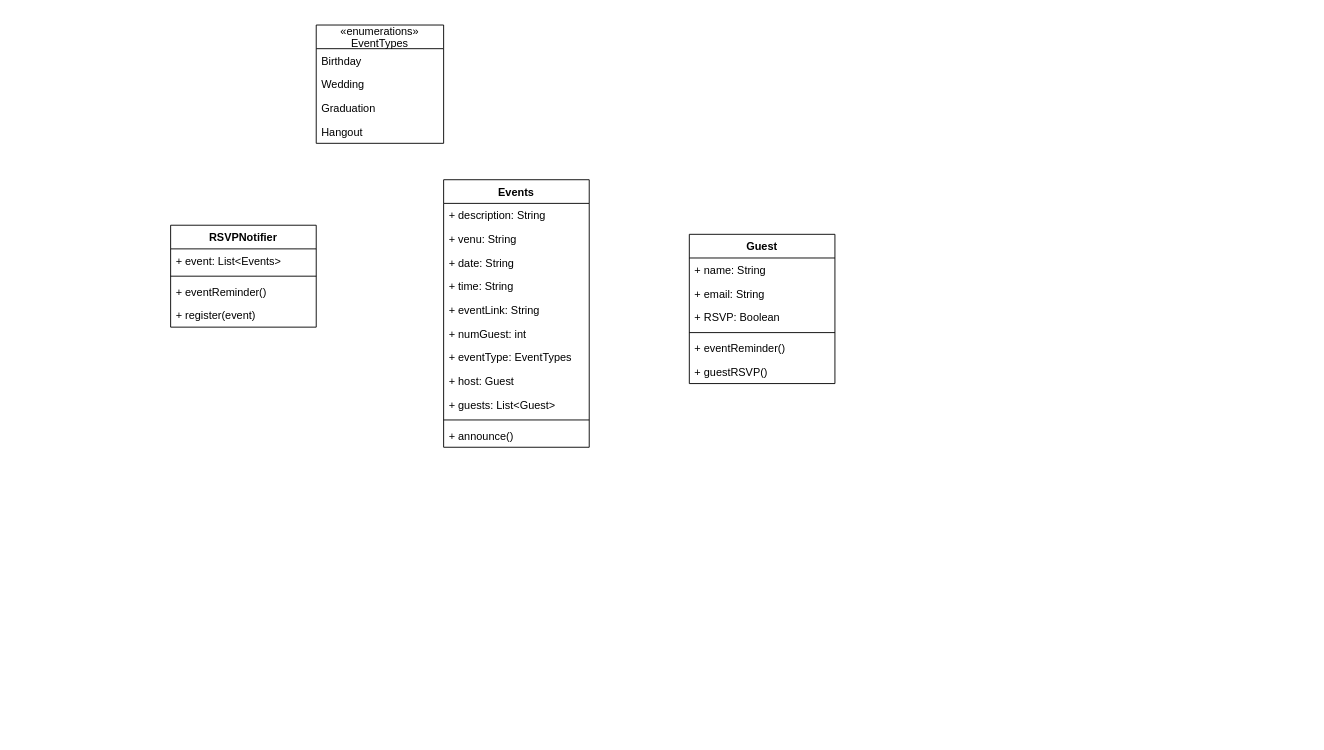
The draw.io diagram assignments/Claude/Mid-Term/rsvp.drawio in dhairyasheelpatil/COMPSCIX418.2, before the edit. Source tidied: cells renumbered, new cells numbered last; positions are measured from the earlier drawing's top-left corner, leaving out a move shared by most shapes. Both pictures are drawn from the tidied source at 91%, with x=0, y=0 at pixel (170, 25).
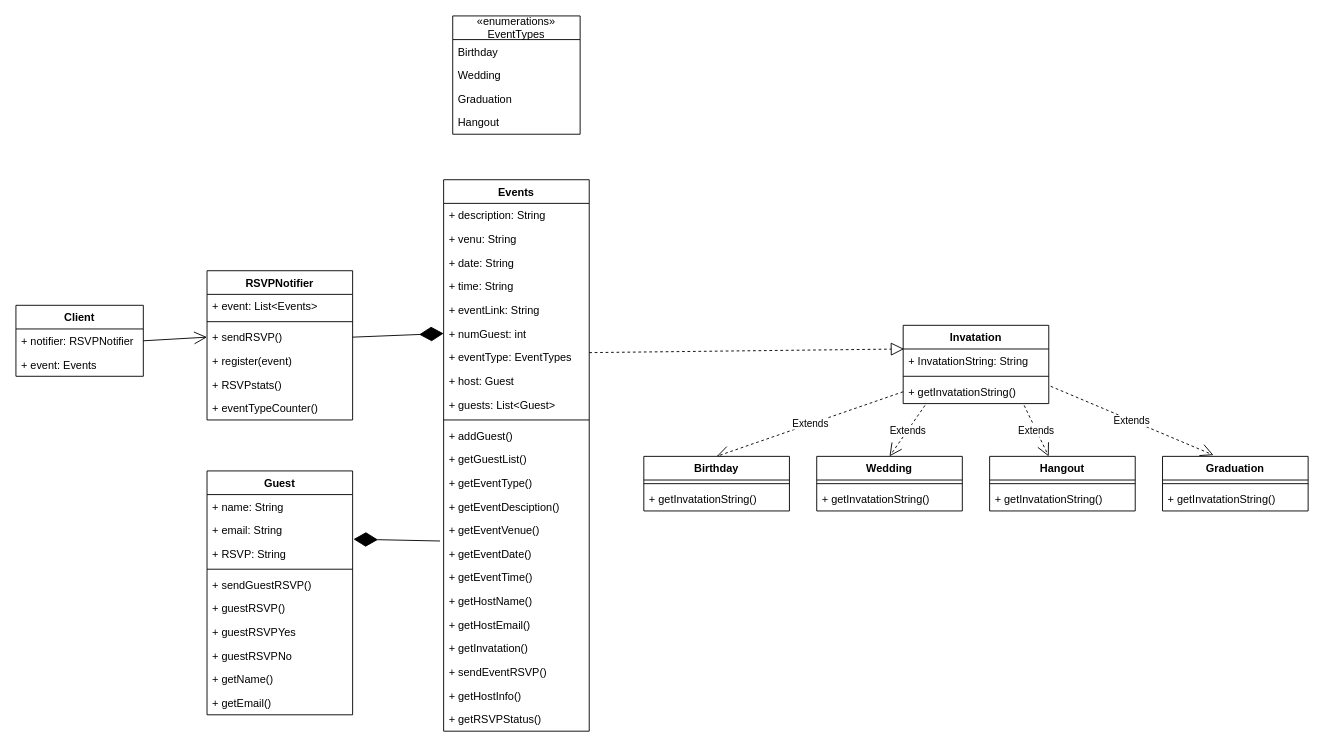
Above is the later version.

Unchanged cells that the change refers to:
```xml
<mxCell id="18" value="+ numGuest: int" style="text;strokeColor=none;fillColor=none;align=left;verticalAlign=top;spacingLeft=4;spacingRight=4;overflow=hidden;points=[[0,0.5],[1,0.5]];portConstraint=eastwest;" parent="12" vertex="1">
  <mxGeometry y="156" width="160" height="26" as="geometry" />
</mxCell>
```

Change to the diagram source:
```diff
@@
-    <mxCell id="2" value="«enumerations»&#10;EventTypes" style="swimlane;fontStyle=0;horizontal=1;startSize=26;fillColor=none;" parent="1" vertex="1">
-      <mxGeometry x="160" width="140" height="130" as="geometry" />
-    </mxCell>
-    <mxCell id="3" value="Birthday" style="text;strokeColor=none;fillColor=none;align=left;verticalAlign=top;spacingLeft=4;spacingRight=4;overflow=hidden;" parent="2" vertex="1">
-      <mxGeometry y="26" width="140" height="26" as="geometry" />
-    </mxCell>
-    <mxCell id="4" value="Wedding" style="text;strokeColor=none;fillColor=none;align=left;verticalAlign=top;spacingLeft=4;spacingRight=4;overflow=hidden;" parent="2" vertex="1">
-      <mxGeometry y="52" width="140" height="26" as="geometry" />
-    </mxCell>
-    <mxCell id="5" value="Graduation" style="text;strokeColor=none;fillColor=none;align=left;verticalAlign=top;spacingLeft=4;spacingRight=4;overflow=hidden;" parent="2" vertex="1">
-      <mxGeometry y="78" width="140" height="26" as="geometry" />
-    </mxCell>
-    <mxCell id="6" value="Hangout" style="text;strokeColor=none;fillColor=none;align=left;verticalAlign=top;spacingLeft=4;spacingRight=4;overflow=hidden;" parent="2" vertex="1">
-      <mxGeometry y="104" width="140" height="26" as="geometry" />
-    </mxCell>
-    <mxCell id="7" value="RSVPNotifier" style="swimlane;fontStyle=1;align=center;verticalAlign=top;horizontal=1;startSize=26;" parent="1" vertex="1">
-      <mxGeometry y="220" width="160" height="112" as="geometry" />
-    </mxCell>
-    <mxCell id="8" value="+ event: List&lt;Events&gt;" style="text;strokeColor=none;fillColor=none;align=left;verticalAlign=top;spacingLeft=4;spacingRight=4;overflow=hidden;" parent="7" vertex="1">
-      <mxGeometry y="26" width="160" height="26" as="geometry" />
-    </mxCell>
-    <mxCell id="9" style="line;strokeWidth=1;fillColor=none;align=left;verticalAlign=middle;spacingTop=-1;spacingLeft=3;spacingRight=3;labelPosition=right;" parent="7" vertex="1">
-      <mxGeometry y="52" width="160" height="8" as="geometry" />
-    </mxCell>
-    <mxCell id="10" value="+ eventReminder()" style="text;strokeColor=none;fillColor=none;align=left;verticalAlign=top;spacingLeft=4;spacingRight=4;overflow=hidden;points=[[0,0.5],[1,0.5]];portConstraint=eastwest;" parent="7" vertex="1">
-      <mxGeometry y="60" width="160" height="26" as="geometry" />
-    </mxCell>
-    <mxCell id="11" value="+ register(event)" style="text;strokeColor=none;fillColor=none;align=left;verticalAlign=top;spacingLeft=4;spacingRight=4;overflow=hidden;" parent="7" vertex="1">
-      <mxGeometry y="86" width="160" height="26" as="geometry" />
-    </mxCell>
     <mxCell id="12" value="Events" style="swimlane;fontStyle=1;align=center;verticalAlign=top;horizontal=1;startSize=26;" parent="1" vertex="1">
-      <mxGeometry x="300" y="170" width="160" height="294" as="geometry" />
+      <mxGeometry x="300" y="170" width="160" height="606" as="geometry" />
     </mxCell>
@@
+    <mxCell id="31" value="+ addGuest()" style="text;strokeColor=none;fillColor=none;align=left;verticalAlign=top;spacingLeft=4;spacingRight=4;overflow=hidden;" parent="12" vertex="1">
+      <mxGeometry y="268" width="160" height="26" as="geometry" />
+    </mxCell>
+    <mxCell id="32" value="+ getGuestList()" style="text;strokeColor=none;fillColor=none;align=left;verticalAlign=top;spacingLeft=4;spacingRight=4;overflow=hidden;" parent="12" vertex="1">
+      <mxGeometry y="294" width="160" height="26" as="geometry" />
+    </mxCell>
+    <mxCell id="33" value="+ getEventType()" style="text;strokeColor=none;fillColor=none;align=left;verticalAlign=top;spacingLeft=4;spacingRight=4;overflow=hidden;" parent="12" vertex="1">
+      <mxGeometry y="320" width="160" height="26" as="geometry" />
+    </mxCell>
+    <mxCell id="34" value="+ getEventDesciption()" style="text;strokeColor=none;fillColor=none;align=left;verticalAlign=top;spacingLeft=4;spacingRight=4;overflow=hidden;" parent="12" vertex="1">
+      <mxGeometry y="346" width="160" height="26" as="geometry" />
+    </mxCell>
+    <mxCell id="35" value="+ getEventVenue()" style="text;strokeColor=none;fillColor=none;align=left;verticalAlign=top;spacingLeft=4;spacingRight=4;overflow=hidden;" parent="12" vertex="1">
+      <mxGeometry y="372" width="160" height="26" as="geometry" />
+    </mxCell>
+    <mxCell id="36" value="+ getEventDate()" style="text;strokeColor=none;fillColor=none;align=left;verticalAlign=top;spacingLeft=4;spacingRight=4;overflow=hidden;points=[[0,0.5],[1,0.5]];portConstraint=eastwest;" parent="12" vertex="1">
+      <mxGeometry y="398" width="160" height="26" as="geometry" />
+    </mxCell>
+    <mxCell id="37" value="+ getEventTime()" style="text;strokeColor=none;fillColor=none;align=left;verticalAlign=top;spacingLeft=4;spacingRight=4;overflow=hidden;" parent="12" vertex="1">
+      <mxGeometry y="424" width="160" height="26" as="geometry" />
+    </mxCell>
-    <mxCell id="23" value="+ announce()" style="text;strokeColor=none;fillColor=none;align=left;verticalAlign=top;spacingLeft=4;spacingRight=4;overflow=hidden;" parent="12" vertex="1">
-      <mxGeometry y="268" width="160" height="26" as="geometry" />
+    <mxCell id="23" value="+ getHostName()" style="text;strokeColor=none;fillColor=none;align=left;verticalAlign=top;spacingLeft=4;spacingRight=4;overflow=hidden;" parent="12" vertex="1">
+      <mxGeometry y="450" width="160" height="26" as="geometry" />
     </mxCell>
+    <mxCell id="38" value="+ getHostEmail()" style="text;strokeColor=none;fillColor=none;align=left;verticalAlign=top;spacingLeft=4;spacingRight=4;overflow=hidden;" parent="12" vertex="1">
+      <mxGeometry y="476" width="160" height="26" as="geometry" />
+    </mxCell>
+    <mxCell id="39" value="+ getInvatation()" style="text;strokeColor=none;fillColor=none;align=left;verticalAlign=top;spacingLeft=4;spacingRight=4;overflow=hidden;" parent="12" vertex="1">
+      <mxGeometry y="502" width="160" height="26" as="geometry" />
+    </mxCell>
+    <mxCell id="40" value="+ sendEventRSVP()" style="text;strokeColor=none;fillColor=none;align=left;verticalAlign=top;spacingLeft=4;spacingRight=4;overflow=hidden;" parent="12" vertex="1">
+      <mxGeometry y="528" width="160" height="26" as="geometry" />
+    </mxCell>
+    <mxCell id="41" value="+ getHostInfo()" style="text;strokeColor=none;fillColor=none;align=left;verticalAlign=top;spacingLeft=4;spacingRight=4;overflow=hidden;" parent="12" vertex="1">
+      <mxGeometry y="554" width="160" height="26" as="geometry" />
+    </mxCell>
+    <mxCell id="42" value="+ getRSVPStatus()" style="text;strokeColor=none;fillColor=none;align=left;verticalAlign=top;spacingLeft=4;spacingRight=4;overflow=hidden;" parent="12" vertex="1">
+      <mxGeometry y="580" width="160" height="26" as="geometry" />
+    </mxCell>
+    <mxCell id="43" value="Extends" style="endArrow=open;endSize=12;dashed=1;html=1;exitX=0;exitY=0.5;exitDx=0;exitDy=0;entryX=0.5;entryY=0;entryDx=0;entryDy=0;" parent="1" edge="1" source="67" target="52">
+      <mxGeometry relative="1" as="geometry" />
+    </mxCell>
+    <mxCell id="44" value="Extends" style="endArrow=open;endSize=12;dashed=1;html=1;exitX=0.15;exitY=1.077;exitDx=0;exitDy=0;entryX=0.5;entryY=0;entryDx=0;entryDy=0;exitPerimeter=0;" parent="1" edge="1" source="67" target="55">
+      <mxGeometry relative="1" as="geometry" />
+    </mxCell>
+    <mxCell id="45" value="Extends" style="endArrow=open;endSize=12;dashed=1;html=1;exitX=0.831;exitY=1.077;exitDx=0;exitDy=0;entryX=0.406;entryY=0;entryDx=0;entryDy=0;exitPerimeter=0;entryPerimeter=0;" parent="1" edge="1" source="67" target="58">
+      <mxGeometry relative="1" as="geometry" />
+    </mxCell>
+    <mxCell id="46" value="Extends" style="endArrow=open;endSize=12;dashed=1;html=1;exitX=1.013;exitY=0.269;exitDx=0;exitDy=0;entryX=0.35;entryY=-0.023;entryDx=0;entryDy=0;exitPerimeter=0;entryPerimeter=0;" parent="1" edge="1" source="67" target="61">
+      <mxGeometry relative="1" as="geometry" />
+    </mxCell>
+    <mxCell id="7" value="RSVPNotifier" style="swimlane;fontStyle=1;align=center;verticalAlign=top;horizontal=1;startSize=26;" parent="1" vertex="1">
+      <mxGeometry x="40" y="270" width="160" height="164" as="geometry" />
+    </mxCell>
+    <mxCell id="8" value="+ event: List&lt;Events&gt;" style="text;strokeColor=none;fillColor=none;align=left;verticalAlign=top;spacingLeft=4;spacingRight=4;overflow=hidden;" parent="7" vertex="1">
+      <mxGeometry y="26" width="160" height="26" as="geometry" />
+    </mxCell>
+    <mxCell id="9" style="line;strokeWidth=1;fillColor=none;align=left;verticalAlign=middle;spacingTop=-1;spacingLeft=3;spacingRight=3;labelPosition=right;" parent="7" vertex="1">
+      <mxGeometry y="52" width="160" height="8" as="geometry" />
+    </mxCell>
+    <mxCell id="10" value="+ sendRSVP()" style="text;strokeColor=none;fillColor=none;align=left;verticalAlign=top;spacingLeft=4;spacingRight=4;overflow=hidden;points=[[0,0.5],[1,0.5]];portConstraint=eastwest;" parent="7" vertex="1">
+      <mxGeometry y="60" width="160" height="26" as="geometry" />
+    </mxCell>
+    <mxCell id="11" value="+ register(event)" style="text;strokeColor=none;fillColor=none;align=left;verticalAlign=top;spacingLeft=4;spacingRight=4;overflow=hidden;" parent="7" vertex="1">
+      <mxGeometry y="86" width="160" height="26" as="geometry" />
+    </mxCell>
+    <mxCell id="47" value="+ RSVPstats()" style="text;strokeColor=none;fillColor=none;align=left;verticalAlign=top;spacingLeft=4;spacingRight=4;overflow=hidden;" parent="7" vertex="1">
+      <mxGeometry y="112" width="160" height="26" as="geometry" />
+    </mxCell>
+    <mxCell id="48" value="+ eventTypeCounter()" style="text;strokeColor=none;fillColor=none;align=left;verticalAlign=top;spacingLeft=4;spacingRight=4;overflow=hidden;" parent="7" vertex="1">
+      <mxGeometry y="138" width="160" height="26" as="geometry" />
+    </mxCell>
+    <mxCell id="49" value="Client" style="swimlane;fontStyle=1;horizontal=1;startSize=26;fillColor=none;" parent="1" vertex="1">
+      <mxGeometry x="-170" y="308" width="140" height="78" as="geometry" />
+    </mxCell>
+    <mxCell id="50" value="+ notifier: RSVPNotifier" style="text;strokeColor=none;fillColor=none;align=left;verticalAlign=top;spacingLeft=4;spacingRight=4;overflow=hidden;points=[[0,0.5],[1,0.5]];portConstraint=eastwest;" parent="49" vertex="1">
+      <mxGeometry y="26" width="140" height="26" as="geometry" />
+    </mxCell>
+    <mxCell id="51" value="+ event: Events" style="text;strokeColor=none;fillColor=none;align=left;verticalAlign=top;spacingLeft=4;spacingRight=4;overflow=hidden;" parent="49" vertex="1">
+      <mxGeometry y="52" width="140" height="26" as="geometry" />
+    </mxCell>
+    <mxCell id="52" value="Birthday" style="swimlane;fontStyle=1;align=center;verticalAlign=top;horizontal=1;startSize=26;" parent="1" vertex="1">
+      <mxGeometry x="520" y="474" width="160" height="60" as="geometry" />
+    </mxCell>
+    <mxCell id="53" style="line;strokeWidth=1;fillColor=none;align=left;verticalAlign=middle;spacingTop=-1;spacingLeft=3;spacingRight=3;labelPosition=right;" parent="52" vertex="1">
+      <mxGeometry y="26" width="160" height="8" as="geometry" />
+    </mxCell>
+    <mxCell id="54" value="+ getInvatationString()" style="text;strokeColor=none;fillColor=none;align=left;verticalAlign=top;spacingLeft=4;spacingRight=4;overflow=hidden;" parent="52" vertex="1">
+      <mxGeometry y="34" width="160" height="26" as="geometry" />
+    </mxCell>
+    <mxCell id="55" value="Wedding" style="swimlane;fontStyle=1;align=center;verticalAlign=top;horizontal=1;startSize=26;" parent="1" vertex="1">
+      <mxGeometry x="710" y="474" width="160" height="60" as="geometry" />
+    </mxCell>
+    <mxCell id="56" style="line;strokeWidth=1;fillColor=none;align=left;verticalAlign=middle;spacingTop=-1;spacingLeft=3;spacingRight=3;labelPosition=right;" parent="55" vertex="1">
+      <mxGeometry y="26" width="160" height="8" as="geometry" />
+    </mxCell>
+    <mxCell id="57" value="+ getInvatationString()" style="text;strokeColor=none;fillColor=none;align=left;verticalAlign=top;spacingLeft=4;spacingRight=4;overflow=hidden;" parent="55" vertex="1">
+      <mxGeometry y="34" width="160" height="26" as="geometry" />
+    </mxCell>
+    <mxCell id="58" value="Hangout" style="swimlane;fontStyle=1;align=center;verticalAlign=top;horizontal=1;startSize=26;" parent="1" vertex="1">
+      <mxGeometry x="900" y="474" width="160" height="60" as="geometry" />
+    </mxCell>
+    <mxCell id="59" style="line;strokeWidth=1;fillColor=none;align=left;verticalAlign=middle;spacingTop=-1;spacingLeft=3;spacingRight=3;labelPosition=right;" parent="58" vertex="1">
+      <mxGeometry y="26" width="160" height="8" as="geometry" />
+    </mxCell>
+    <mxCell id="60" value="+ getInvatationString()" style="text;strokeColor=none;fillColor=none;align=left;verticalAlign=top;spacingLeft=4;spacingRight=4;overflow=hidden;" parent="58" vertex="1">
+      <mxGeometry y="34" width="160" height="26" as="geometry" />
+    </mxCell>
+    <mxCell id="61" value="Graduation" style="swimlane;fontStyle=1;align=center;verticalAlign=top;horizontal=1;startSize=26;" parent="1" vertex="1">
+      <mxGeometry x="1090" y="474" width="160" height="60" as="geometry" />
+    </mxCell>
+    <mxCell id="62" style="line;strokeWidth=1;fillColor=none;align=left;verticalAlign=middle;spacingTop=-1;spacingLeft=3;spacingRight=3;labelPosition=right;" parent="61" vertex="1">
+      <mxGeometry y="26" width="160" height="8" as="geometry" />
+    </mxCell>
+    <mxCell id="63" value="+ getInvatationString()" style="text;strokeColor=none;fillColor=none;align=left;verticalAlign=top;spacingLeft=4;spacingRight=4;overflow=hidden;" parent="61" vertex="1">
+      <mxGeometry y="34" width="160" height="26" as="geometry" />
+    </mxCell>
+    <mxCell id="64" value="Invatation" style="swimlane;fontStyle=1;align=center;verticalAlign=top;horizontal=1;startSize=26;" parent="1" vertex="1">
+      <mxGeometry x="805" y="330" width="160" height="86" as="geometry" />
+    </mxCell>
+    <mxCell id="65" value="+ InvatationString: String" style="text;strokeColor=none;fillColor=none;align=left;verticalAlign=top;spacingLeft=4;spacingRight=4;overflow=hidden;points=[[0,0.5],[1,0.5]];portConstraint=eastwest;" parent="64" vertex="1">
+      <mxGeometry y="26" width="160" height="26" as="geometry" />
+    </mxCell>
+    <mxCell id="66" style="line;strokeWidth=1;fillColor=none;align=left;verticalAlign=middle;spacingTop=-1;spacingLeft=3;spacingRight=3;labelPosition=right;" parent="64" vertex="1">
+      <mxGeometry y="52" width="160" height="8" as="geometry" />
+    </mxCell>
+    <mxCell id="67" value="+ getInvatationString()" style="text;strokeColor=none;fillColor=none;align=left;verticalAlign=top;spacingLeft=4;spacingRight=4;overflow=hidden;points=[[0,0.5],[1,0.5]];portConstraint=eastwest;" parent="64" vertex="1">
+      <mxGeometry y="60" width="160" height="26" as="geometry" />
+    </mxCell>
     <mxCell id="24" value="Guest" style="swimlane;fontStyle=1;align=center;verticalAlign=top;horizontal=1;startSize=26;" parent="1" vertex="1">
-      <mxGeometry x="570" y="230" width="160" height="164" as="geometry" />
+      <mxGeometry x="40" y="490" width="160" height="268" as="geometry" />
     </mxCell>
@@
-    <mxCell id="27" value="+ RSVP: Boolean" style="text;strokeColor=none;fillColor=none;align=left;verticalAlign=top;spacingLeft=4;spacingRight=4;overflow=hidden;points=[[0,0.5],[1,0.5]];portConstraint=eastwest;" parent="24" vertex="1">
+    <mxCell id="27" value="+ RSVP: String" style="text;strokeColor=none;fillColor=none;align=left;verticalAlign=top;spacingLeft=4;spacingRight=4;overflow=hidden;points=[[0,0.5],[1,0.5]];portConstraint=eastwest;" parent="24" vertex="1">
       <mxGeometry y="78" width="160" height="26" as="geometry" />
     </mxCell>
@@
-    <mxCell id="29" value="+ eventReminder()" style="text;strokeColor=none;fillColor=none;align=left;verticalAlign=top;spacingLeft=4;spacingRight=4;overflow=hidden;" parent="24" vertex="1">
+    <mxCell id="29" value="+ sendGuestRSVP()" style="text;strokeColor=none;fillColor=none;align=left;verticalAlign=top;spacingLeft=4;spacingRight=4;overflow=hidden;" parent="24" vertex="1">
       <mxGeometry y="112" width="160" height="26" as="geometry" />
     </mxCell>
@@
+    <mxCell id="68" value="+ guestRSVPYes" style="text;strokeColor=none;fillColor=none;align=left;verticalAlign=top;spacingLeft=4;spacingRight=4;overflow=hidden;" parent="24" vertex="1">
+      <mxGeometry y="164" width="160" height="26" as="geometry" />
+    </mxCell>
+    <mxCell id="69" value="+ guestRSVPNo" style="text;strokeColor=none;fillColor=none;align=left;verticalAlign=top;spacingLeft=4;spacingRight=4;overflow=hidden;" parent="24" vertex="1">
+      <mxGeometry y="190" width="160" height="26" as="geometry" />
+    </mxCell>
+    <mxCell id="70" value="+ getName()" style="text;strokeColor=none;fillColor=none;align=left;verticalAlign=top;spacingLeft=4;spacingRight=4;overflow=hidden;" parent="24" vertex="1">
+      <mxGeometry y="216" width="160" height="26" as="geometry" />
+    </mxCell>
+    <mxCell id="71" value="+ getEmail()" style="text;strokeColor=none;fillColor=none;align=left;verticalAlign=top;spacingLeft=4;spacingRight=4;overflow=hidden;" parent="24" vertex="1">
+      <mxGeometry y="242" width="160" height="26" as="geometry" />
+    </mxCell>
+    <mxCell id="72" style="endArrow=diamondThin;endFill=1;endSize=24;html=1;exitX=1;exitY=0.5;exitDx=0;exitDy=0;entryX=0;entryY=0.5;entryDx=0;entryDy=0;" parent="1" edge="1" source="10" target="18">
+      <mxGeometry relative="1" as="geometry" />
+    </mxCell>
+    <mxCell id="73" style="endArrow=diamondThin;endFill=1;endSize=24;html=1;exitX=-0.025;exitY=-0.038;exitDx=0;exitDy=0;entryX=1.006;entryY=-0.115;entryDx=0;entryDy=0;exitPerimeter=0;entryPerimeter=0;" parent="1" edge="1" source="36" target="27">
+      <mxGeometry relative="1" as="geometry" />
+    </mxCell>
+    <mxCell id="74" style="endArrow=block;dashed=1;endFill=0;endSize=12;html=1;entryX=0.006;entryY=0;entryDx=0;entryDy=0;entryPerimeter=0;" parent="1" edge="1" target="65">
+      <mxGeometry relative="1" as="geometry">
+        <mxPoint x="460" y="360" as="sourcePoint" />
+      </mxGeometry>
+    </mxCell>
+    <mxCell id="2" value="«enumerations»&#10;EventTypes" style="swimlane;fontStyle=0;horizontal=1;startSize=26;fillColor=none;" parent="1" vertex="1">
+      <mxGeometry x="310" y="-10" width="140" height="130" as="geometry" />
+    </mxCell>
+    <mxCell id="3" value="Birthday" style="text;strokeColor=none;fillColor=none;align=left;verticalAlign=top;spacingLeft=4;spacingRight=4;overflow=hidden;" parent="2" vertex="1">
+      <mxGeometry y="26" width="140" height="26" as="geometry" />
+    </mxCell>
+    <mxCell id="4" value="Wedding" style="text;strokeColor=none;fillColor=none;align=left;verticalAlign=top;spacingLeft=4;spacingRight=4;overflow=hidden;" parent="2" vertex="1">
+      <mxGeometry y="52" width="140" height="26" as="geometry" />
+    </mxCell>
+    <mxCell id="5" value="Graduation" style="text;strokeColor=none;fillColor=none;align=left;verticalAlign=top;spacingLeft=4;spacingRight=4;overflow=hidden;" parent="2" vertex="1">
+      <mxGeometry y="78" width="140" height="26" as="geometry" />
+    </mxCell>
+    <mxCell id="6" value="Hangout" style="text;strokeColor=none;fillColor=none;align=left;verticalAlign=top;spacingLeft=4;spacingRight=4;overflow=hidden;" parent="2" vertex="1">
+      <mxGeometry y="104" width="140" height="26" as="geometry" />
+    </mxCell>
+    <mxCell id="75" style="endArrow=open;endFill=1;endSize=12;html=1;exitX=1;exitY=0.5;exitDx=0;exitDy=0;entryX=0;entryY=0.5;entryDx=0;entryDy=0;" parent="1" edge="1" source="50" target="10">
+      <mxGeometry relative="1" as="geometry" />
+    </mxCell>
```
